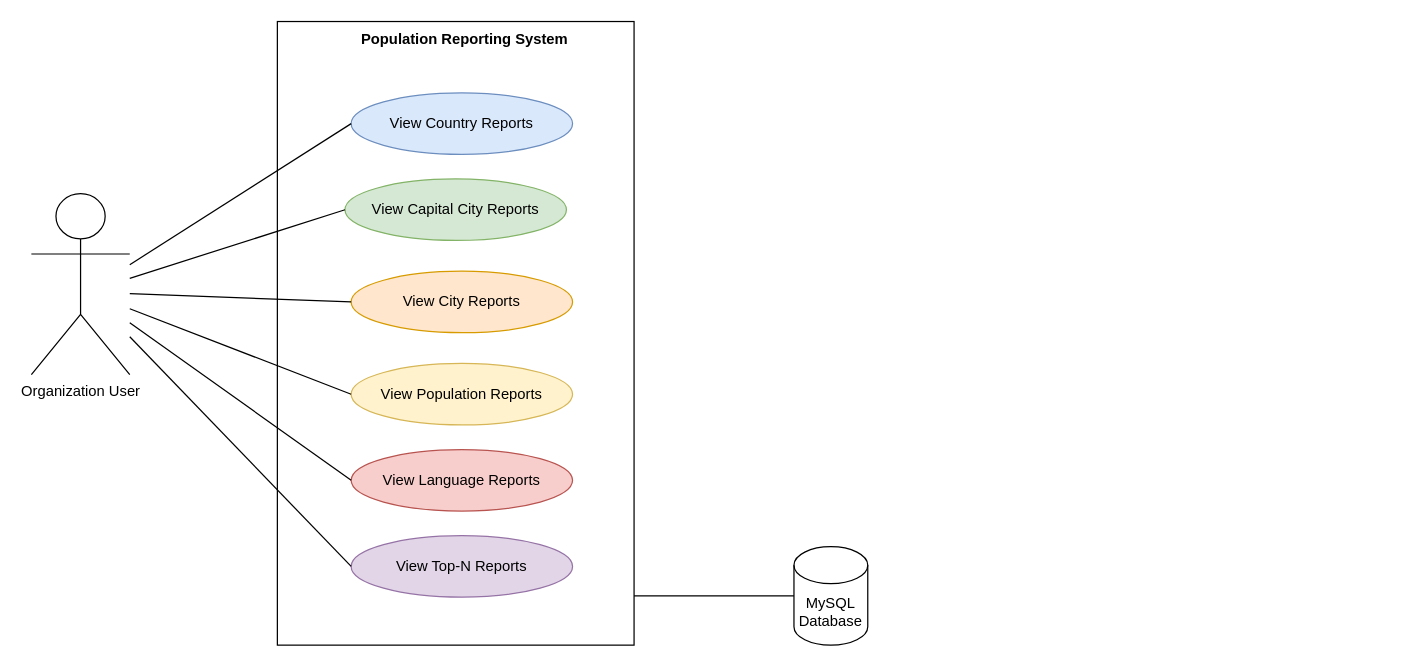
WannaSan-Edu/Global_DevOps_Group15 keeps this draw.io diagram as use_case/Population_Reporting_System_Use_Case.drawio. Above is the earlier version. Source tidied: cells renumbered, new cells numbered last; positions are measured from the earlier drawing's top-left corner, leaving out a move shared by most shapes. Both pictures are drawn from the tidied source at 123%, with x=0, y=0 at pixel (31, 21).
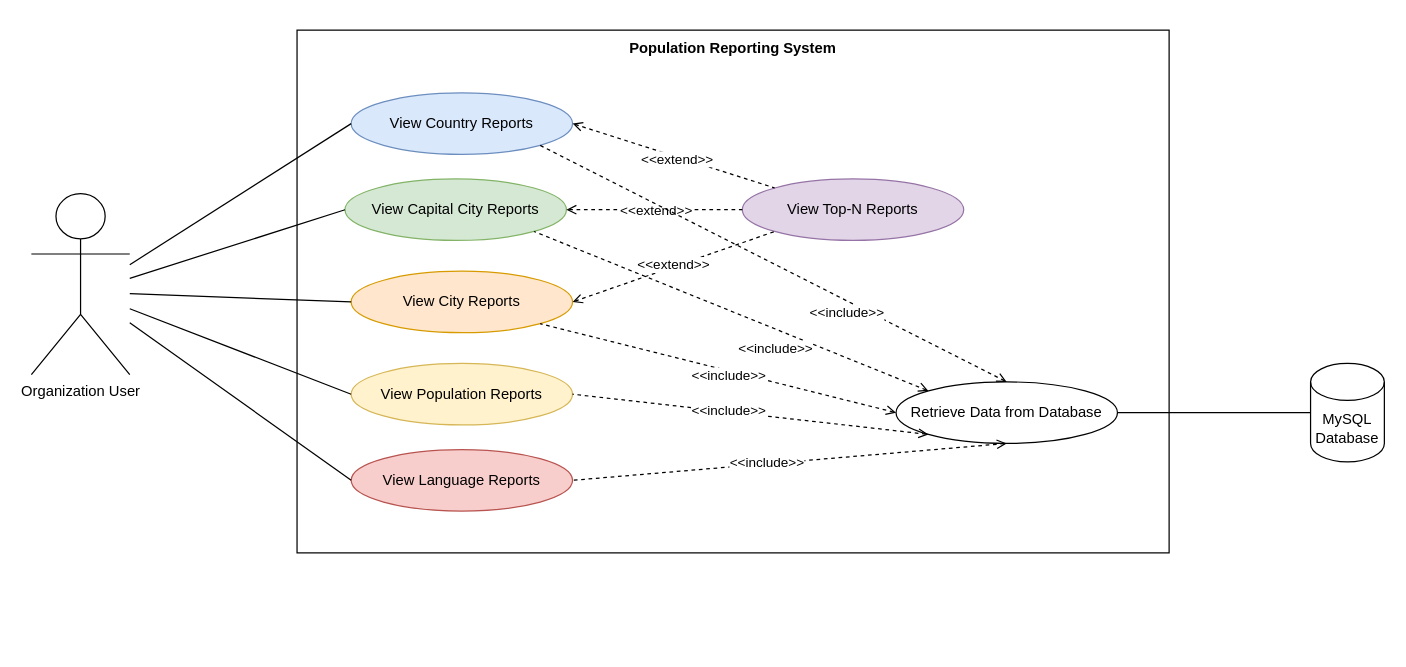
Above is the later version.

Commit message (it also covers changes not shown here):
Updated Use_Case

Unchanged cells that the change refers to:
```xml
<mxCell id="2" value="View Country Reports" style="ellipse;whiteSpace=wrap;html=1;shapeInside=1;fillColor=#dae8fc;strokeColor=#6c8ebf;" parent="1" vertex="1">
  <mxGeometry x="260" y="58" width="180" height="50" as="geometry" />
</mxCell>
<mxCell id="3" value="View Capital City Reports" style="ellipse;whiteSpace=wrap;html=1;shapeInside=1;fillColor=#d5e8d4;strokeColor=#82b366;" parent="1" vertex="1">
  <mxGeometry x="255" y="128" width="180" height="50" as="geometry" />
</mxCell>
<mxCell id="4" value="View Population Reports" style="ellipse;whiteSpace=wrap;html=1;shapeInside=1;fillColor=#fff2cc;strokeColor=#d6b656;" parent="1" vertex="1">
  <mxGeometry x="260" y="278" width="180" height="50" as="geometry" />
</mxCell>
<mxCell id="5" value="View City Reports" style="ellipse;whiteSpace=wrap;html=1;shapeInside=1;fillColor=#ffe6cc;strokeColor=#d79b00;" parent="1" vertex="1">
  <mxGeometry x="260" y="203" width="180" height="50" as="geometry" />
</mxCell>
<mxCell id="7" value="View Language Reports" style="ellipse;whiteSpace=wrap;html=1;shapeInside=1;fillColor=#f8cecc;strokeColor=#b85450;" parent="1" vertex="1">
  <mxGeometry x="260" y="348" width="180" height="50" as="geometry" />
</mxCell>
```

Change to the diagram source:
```diff
@@
     <mxCell id="6" value="View Top-N Reports" style="ellipse;whiteSpace=wrap;html=1;shapeInside=1;fillColor=#e1d5e7;strokeColor=#9673a6;" parent="1" vertex="1">
-      <mxGeometry x="260" y="418" width="180" height="50" as="geometry" />
+      <mxGeometry x="578" y="128" width="180" height="50" as="geometry" />
     </mxCell>
@@
-    <mxCell id="8" style="rounded=0;whiteSpace=wrap;html=1;fillColor=none;" parent="1" vertex="1">
-      <mxGeometry x="200" width="290" height="507" as="geometry" />
-    </mxCell>
     <mxCell id="9" value="&lt;b&gt;Population Reporting System&lt;/b&gt;" style="text;html=1;whiteSpace=wrap;align=center;verticalAlign=middle;rounded=0;" parent="1" vertex="1">
-      <mxGeometry x="265" width="175" height="30" as="geometry" />
+      <mxGeometry x="483" y="7" width="175" height="30" as="geometry" />
     </mxCell>
@@
-    <mxCell id="15" style="endArrow=none;html=1;rounded=0;entryX=0;entryY=0.5;entryDx=0;entryDy=0;" parent="1" edge="1" target="6">
-      <mxGeometry relative="1" as="geometry">
-        <mxPoint x="80" y="256.3" as="sourcePoint" />
-      </mxGeometry>
-    </mxCell>
     <mxCell id="16" value="MySQL Database" style="shape=cylinder3;whiteSpace=wrap;html=1;boundedLbl=1;backgroundOutline=1;size=15;" parent="1" vertex="1">
-      <mxGeometry x="620" y="427" width="60" height="80" as="geometry" />
+      <mxGeometry x="1040" y="278" width="60" height="80" as="geometry" />
     </mxCell>
@@
-    <mxCell id="18" style="endArrow=none;html=1;rounded=0;entryX=0;entryY=0.5;entryDx=0;entryDy=0;entryPerimeter=0;exitX=1;exitY=0.921;exitDx=0;exitDy=0;exitPerimeter=0;" parent="1" edge="1" source="8" target="16">
+    <mxCell id="18" style="endArrow=none;html=1;rounded=0;entryX=0;entryY=0.5;entryDx=0;entryDy=0;entryPerimeter=0;exitX=1;exitY=0.5;exitDx=0;exitDy=0;" parent="1" edge="1" source="19" target="16">
       <mxGeometry relative="1" as="geometry" />
     </mxCell>
+    <mxCell id="19" value="Retrieve Data from Database" style="ellipse;whiteSpace=wrap;html=1;shapeInside=1;" parent="1" vertex="1">
+      <mxGeometry x="703" y="293" width="180" height="50" as="geometry" />
+    </mxCell>
+    <mxCell id="20" style="endArrow=none;html=1;rounded=0;startArrow=open;startFill=0;dashed=1;entryX=0;entryY=0;entryDx=0;entryDy=0;exitX=1;exitY=0.5;exitDx=0;exitDy=0;" parent="1" edge="1" source="2" target="6">
+      <mxGeometry relative="1" as="geometry" />
+    </mxCell>
+    <mxCell id="21" value="&amp;lt;&amp;lt;extend&amp;gt;&amp;gt;" style="edgeLabel;html=1;align=center;verticalAlign=middle;" parent="20" vertex="1">
+      <mxGeometry x="0.07" y="5" relative="1" as="geometry">
+        <mxPoint x="-5" y="5" as="offset" />
+      </mxGeometry>
+    </mxCell>
+    <mxCell id="22" style="endArrow=none;html=1;rounded=0;startArrow=open;startFill=0;dashed=1;entryX=0;entryY=0.5;entryDx=0;entryDy=0;exitX=1;exitY=0.5;exitDx=0;exitDy=0;" parent="1" edge="1" source="3" target="6">
+      <mxGeometry relative="1" as="geometry" />
+    </mxCell>
+    <mxCell id="23" value="&amp;lt;&amp;lt;extend&amp;gt;&amp;gt;" style="edgeLabel;html=1;align=center;verticalAlign=middle;" parent="22" vertex="1">
+      <mxGeometry x="0.07" y="5" relative="1" as="geometry">
+        <mxPoint x="-5" y="5" as="offset" />
+      </mxGeometry>
+    </mxCell>
+    <mxCell id="24" style="endArrow=none;html=1;rounded=0;startArrow=open;startFill=0;dashed=1;entryX=0;entryY=1;entryDx=0;entryDy=0;exitX=1;exitY=0.5;exitDx=0;exitDy=0;" parent="1" edge="1" source="5" target="6">
+      <mxGeometry relative="1" as="geometry" />
+    </mxCell>
+    <mxCell id="25" value="&amp;lt;&amp;lt;extend&amp;gt;&amp;gt;" style="edgeLabel;html=1;align=center;verticalAlign=middle;" parent="24" vertex="1">
+      <mxGeometry x="0.07" y="5" relative="1" as="geometry">
+        <mxPoint x="-5" y="5" as="offset" />
+      </mxGeometry>
+    </mxCell>
+    <mxCell id="26" style="endArrow=none;html=1;rounded=0;startArrow=open;startFill=0;dashed=1;entryX=1;entryY=1;entryDx=0;entryDy=0;exitX=0.5;exitY=0;exitDx=0;exitDy=0;" parent="1" edge="1" source="19" target="2">
+      <mxGeometry relative="1" as="geometry" />
+    </mxCell>
+    <mxCell id="27" value="&amp;lt;&amp;lt;include&amp;gt;&amp;gt;" style="edgeLabel;html=1;align=center;verticalAlign=middle;" parent="26" vertex="1">
+      <mxGeometry x="0.07" y="5" relative="1" as="geometry">
+        <mxPoint x="75" y="42" as="offset" />
+      </mxGeometry>
+    </mxCell>
+    <mxCell id="28" style="endArrow=none;html=1;rounded=0;startArrow=open;startFill=0;dashed=1;entryX=1;entryY=1;entryDx=0;entryDy=0;exitX=0;exitY=0;exitDx=0;exitDy=0;" parent="1" edge="1" source="19" target="3">
+      <mxGeometry relative="1" as="geometry" />
+    </mxCell>
+    <mxCell id="29" value="&amp;lt;&amp;lt;include&amp;gt;&amp;gt;" style="edgeLabel;html=1;align=center;verticalAlign=middle;" parent="28" vertex="1">
+      <mxGeometry x="0.07" y="5" relative="1" as="geometry">
+        <mxPoint x="49" y="30" as="offset" />
+      </mxGeometry>
+    </mxCell>
+    <mxCell id="30" style="endArrow=none;html=1;rounded=0;startArrow=open;startFill=0;dashed=1;entryX=1;entryY=1;entryDx=0;entryDy=0;exitX=0;exitY=0.5;exitDx=0;exitDy=0;" parent="1" edge="1" source="19" target="5">
+      <mxGeometry relative="1" as="geometry" />
+    </mxCell>
+    <mxCell id="31" value="&amp;lt;&amp;lt;include&amp;gt;&amp;gt;" style="edgeLabel;html=1;align=center;verticalAlign=middle;" parent="30" vertex="1">
+      <mxGeometry x="0.07" y="5" relative="1" as="geometry">
+        <mxPoint x="20" y="3" as="offset" />
+      </mxGeometry>
+    </mxCell>
+    <mxCell id="32" style="endArrow=none;html=1;rounded=0;startArrow=open;startFill=0;dashed=1;entryX=1;entryY=0.5;entryDx=0;entryDy=0;exitX=0;exitY=1;exitDx=0;exitDy=0;" parent="1" edge="1" source="19" target="4">
+      <mxGeometry relative="1" as="geometry" />
+    </mxCell>
+    <mxCell id="33" value="&amp;lt;&amp;lt;include&amp;gt;&amp;gt;" style="edgeLabel;html=1;align=center;verticalAlign=middle;" parent="32" vertex="1">
+      <mxGeometry x="0.07" y="5" relative="1" as="geometry">
+        <mxPoint x="-7" y="-8" as="offset" />
+      </mxGeometry>
+    </mxCell>
+    <mxCell id="34" style="endArrow=none;html=1;rounded=0;startArrow=open;startFill=0;dashed=1;entryX=1;entryY=0.5;entryDx=0;entryDy=0;exitX=0.5;exitY=1;exitDx=0;exitDy=0;" parent="1" edge="1" source="19" target="7">
+      <mxGeometry relative="1" as="geometry" />
+    </mxCell>
+    <mxCell id="35" value="&amp;lt;&amp;lt;include&amp;gt;&amp;gt;" style="edgeLabel;html=1;align=center;verticalAlign=middle;" parent="34" vertex="1">
+      <mxGeometry x="0.07" y="5" relative="1" as="geometry">
+        <mxPoint x="-7" y="-6" as="offset" />
+      </mxGeometry>
+    </mxCell>
+    <mxCell id="36" style="rounded=0;whiteSpace=wrap;html=1;fillColor=none;" parent="1" vertex="1">
+      <mxGeometry x="216" y="7" width="709" height="425" as="geometry" />
+    </mxCell>
```
